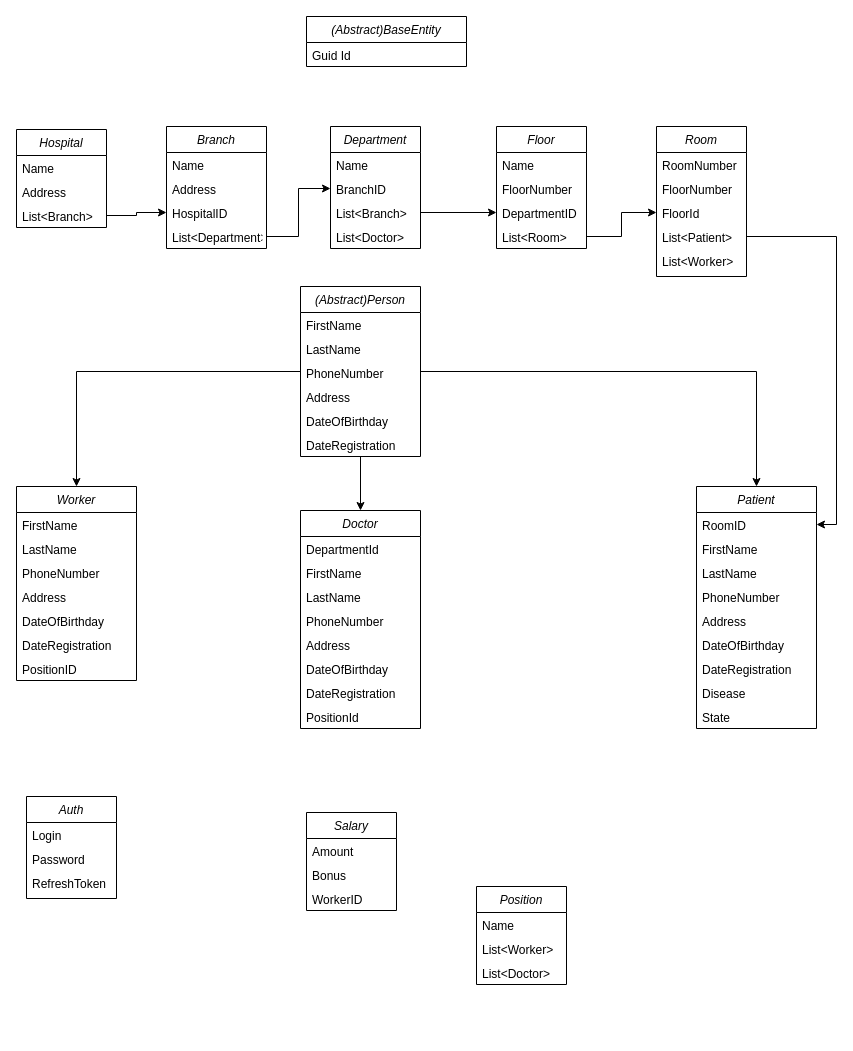
The draw.io diagram Untitled Diagram.drawio in Shahzodjon1999/HospitalApi, before the edit. Source tidied: cells renumbered, new cells numbered last; positions are measured from the earlier drawing's top-left corner, leaving out a move shared by most shapes. Both pictures are drawn from the tidied source at 100%, with x=0, y=0 at pixel (16, 16).
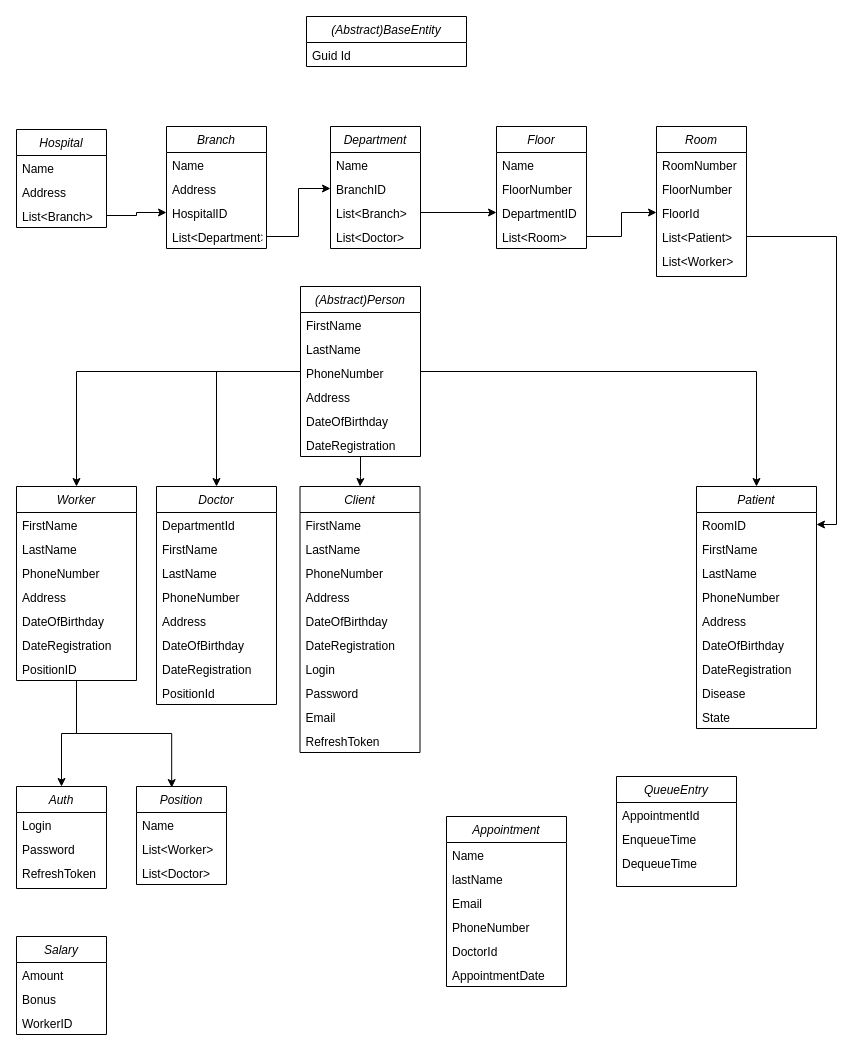
The same diagram, later.

Unchanged cells that the change refers to:
```xml
<mxCell id="7" value="(Abstract)Person" style="swimlane;fontStyle=2;align=center;verticalAlign=top;horizontal=1;startSize=26;rounded=0;shadow=0;strokeWidth=1;" parent="1" vertex="1">
  <mxGeometry x="284" y="270" width="120" height="170" as="geometry" />
</mxCell>
<mxCell id="74" value="Worker&#10;" style="swimlane;fontStyle=2;align=center;verticalAlign=top;horizontal=1;startSize=26;rounded=0;shadow=0;strokeWidth=1;" parent="1" vertex="1">
  <mxGeometry y="470" width="120" height="194" as="geometry" />
</mxCell>
```

Diff of the diagram source:
```diff
@@
+    <mxCell id="83" style="edgeStyle=orthogonalEdgeStyle;rounded=0;jettySize=auto;html=1;entryX=0.5;entryY=0;entryDx=0;entryDy=0;" parent="1" edge="1" source="7" target="86">
+      <mxGeometry relative="1" as="geometry" />
+    </mxCell>
@@
     <mxCell id="39" value="Doctor" style="swimlane;fontStyle=2;align=center;verticalAlign=top;horizontal=1;startSize=26;rounded=0;shadow=0;strokeWidth=1;" parent="1" vertex="1">
-      <mxGeometry x="284" y="494" width="120" height="218" as="geometry" />
+      <mxGeometry x="140" y="470" width="120" height="218" as="geometry" />
     </mxCell>
@@
     <mxCell id="58" value="Salary" style="swimlane;fontStyle=2;align=center;verticalAlign=top;horizontal=1;startSize=26;rounded=0;shadow=0;strokeWidth=1;" parent="1" vertex="1">
-      <mxGeometry x="290" y="796" width="90" height="98" as="geometry" />
+      <mxGeometry y="920" width="90" height="98" as="geometry" />
     </mxCell>
@@
     <mxCell id="62" value="Auth" style="swimlane;fontStyle=2;align=center;verticalAlign=top;horizontal=1;startSize=26;rounded=0;shadow=0;strokeWidth=1;" parent="1" vertex="1">
-      <mxGeometry x="10" y="780" width="90" height="102" as="geometry" />
+      <mxGeometry y="770" width="90" height="102" as="geometry" />
     </mxCell>
@@
     <mxCell id="66" value="Position" style="swimlane;fontStyle=2;align=center;verticalAlign=top;horizontal=1;startSize=26;rounded=0;shadow=0;strokeWidth=1;" parent="1" vertex="1">
-      <mxGeometry x="460" y="870" width="90" height="98" as="geometry" />
+      <mxGeometry x="120" y="770" width="90" height="98" as="geometry" />
     </mxCell>
@@
+    <mxCell id="84" style="edgeStyle=orthogonalEdgeStyle;rounded=0;jettySize=auto;html=1;entryX=0.5;entryY=0;entryDx=0;entryDy=0;" parent="1" edge="1" source="74" target="62">
+      <mxGeometry relative="1" as="geometry" />
+    </mxCell>
@@
+    <mxCell id="85" style="edgeStyle=orthogonalEdgeStyle;rounded=0;jettySize=auto;html=1;entryX=0.391;entryY=0.011;entryDx=0;entryDy=0;entryPerimeter=0;" parent="1" edge="1" source="74" target="66">
+      <mxGeometry relative="1" as="geometry" />
+    </mxCell>
+    <mxCell id="86" value="Client" style="swimlane;fontStyle=2;align=center;verticalAlign=top;horizontal=1;startSize=26;rounded=0;shadow=0;strokeWidth=1;" parent="1" vertex="1">
+      <mxGeometry x="283.5" y="470" width="120" height="266" as="geometry" />
+    </mxCell>
+    <mxCell id="87" value="FirstName" style="text;align=left;verticalAlign=top;spacingLeft=4;spacingRight=4;overflow=hidden;" parent="86" vertex="1">
+      <mxGeometry y="26" width="120" height="24" as="geometry" />
+    </mxCell>
+    <mxCell id="88" value="LastName" style="text;align=left;verticalAlign=top;spacingLeft=4;spacingRight=4;overflow=hidden;" parent="86" vertex="1">
+      <mxGeometry y="50" width="120" height="24" as="geometry" />
+    </mxCell>
+    <mxCell id="89" value="PhoneNumber" style="text;align=left;verticalAlign=top;spacingLeft=4;spacingRight=4;overflow=hidden;" parent="86" vertex="1">
+      <mxGeometry y="74" width="120" height="24" as="geometry" />
+    </mxCell>
+    <mxCell id="90" value="Address&#10;" style="text;align=left;verticalAlign=top;spacingLeft=4;spacingRight=4;overflow=hidden;" parent="86" vertex="1">
+      <mxGeometry y="98" width="120" height="24" as="geometry" />
+    </mxCell>
+    <mxCell id="91" value="DateOfBirthday" style="text;align=left;verticalAlign=top;spacingLeft=4;spacingRight=4;overflow=hidden;" parent="86" vertex="1">
+      <mxGeometry y="122" width="120" height="24" as="geometry" />
+    </mxCell>
+    <mxCell id="92" value="DateRegistration" style="text;align=left;verticalAlign=top;spacingLeft=4;spacingRight=4;overflow=hidden;" parent="86" vertex="1">
+      <mxGeometry y="146" width="120" height="24" as="geometry" />
+    </mxCell>
+    <mxCell id="93" value="Login&#10;" style="text;align=left;verticalAlign=top;spacingLeft=4;spacingRight=4;overflow=hidden;" parent="86" vertex="1">
+      <mxGeometry y="170" width="120" height="24" as="geometry" />
+    </mxCell>
+    <mxCell id="94" value="Password&#10;" style="text;align=left;verticalAlign=top;spacingLeft=4;spacingRight=4;overflow=hidden;" parent="86" vertex="1">
+      <mxGeometry y="194" width="120" height="24" as="geometry" />
+    </mxCell>
+    <mxCell id="95" value="Email&#10;" style="text;align=left;verticalAlign=top;spacingLeft=4;spacingRight=4;overflow=hidden;" parent="86" vertex="1">
+      <mxGeometry y="218" width="120" height="24" as="geometry" />
+    </mxCell>
+    <mxCell id="96" value="RefreshToken&#10;" style="text;align=left;verticalAlign=top;spacingLeft=4;spacingRight=4;overflow=hidden;" parent="86" vertex="1">
+      <mxGeometry y="242" width="120" height="24" as="geometry" />
+    </mxCell>
+    <mxCell id="97" value="QueueEntry" style="swimlane;fontStyle=2;align=center;verticalAlign=top;horizontal=1;startSize=26;rounded=0;shadow=0;strokeWidth=1;" parent="1" vertex="1">
+      <mxGeometry x="600" y="760" width="120" height="110" as="geometry" />
+    </mxCell>
+    <mxCell id="98" value="AppointmentId" style="text;align=left;verticalAlign=top;spacingLeft=4;spacingRight=4;overflow=hidden;" parent="97" vertex="1">
+      <mxGeometry y="26" width="120" height="24" as="geometry" />
+    </mxCell>
+    <mxCell id="99" value="EnqueueTime" style="text;align=left;verticalAlign=top;spacingLeft=4;spacingRight=4;overflow=hidden;" parent="97" vertex="1">
+      <mxGeometry y="50" width="120" height="24" as="geometry" />
+    </mxCell>
+    <mxCell id="100" value="DequeueTime" style="text;align=left;verticalAlign=top;spacingLeft=4;spacingRight=4;overflow=hidden;" parent="97" vertex="1">
+      <mxGeometry y="74" width="120" height="24" as="geometry" />
+    </mxCell>
+    <mxCell id="101" value="Appointment" style="swimlane;fontStyle=2;align=center;verticalAlign=top;horizontal=1;startSize=26;rounded=0;shadow=0;strokeWidth=1;" parent="1" vertex="1">
+      <mxGeometry x="430" y="800" width="120" height="170" as="geometry" />
+    </mxCell>
+    <mxCell id="102" value="Name" style="text;align=left;verticalAlign=top;spacingLeft=4;spacingRight=4;overflow=hidden;" parent="101" vertex="1">
+      <mxGeometry y="26" width="120" height="24" as="geometry" />
+    </mxCell>
+    <mxCell id="103" value="lastName" style="text;align=left;verticalAlign=top;spacingLeft=4;spacingRight=4;overflow=hidden;" parent="101" vertex="1">
+      <mxGeometry y="50" width="120" height="24" as="geometry" />
+    </mxCell>
+    <mxCell id="104" value="Email" style="text;align=left;verticalAlign=top;spacingLeft=4;spacingRight=4;overflow=hidden;" parent="101" vertex="1">
+      <mxGeometry y="74" width="120" height="24" as="geometry" />
+    </mxCell>
+    <mxCell id="105" value="PhoneNumber" style="text;align=left;verticalAlign=top;spacingLeft=4;spacingRight=4;overflow=hidden;" parent="101" vertex="1">
+      <mxGeometry y="98" width="120" height="24" as="geometry" />
+    </mxCell>
+    <mxCell id="106" value="DoctorId" style="text;align=left;verticalAlign=top;spacingLeft=4;spacingRight=4;overflow=hidden;" parent="101" vertex="1">
+      <mxGeometry y="122" width="120" height="24" as="geometry" />
+    </mxCell>
+    <mxCell id="107" value="AppointmentDate" style="text;align=left;verticalAlign=top;spacingLeft=4;spacingRight=4;overflow=hidden;" parent="101" vertex="1">
+      <mxGeometry y="146" width="120" height="24" as="geometry" />
+    </mxCell>
```
